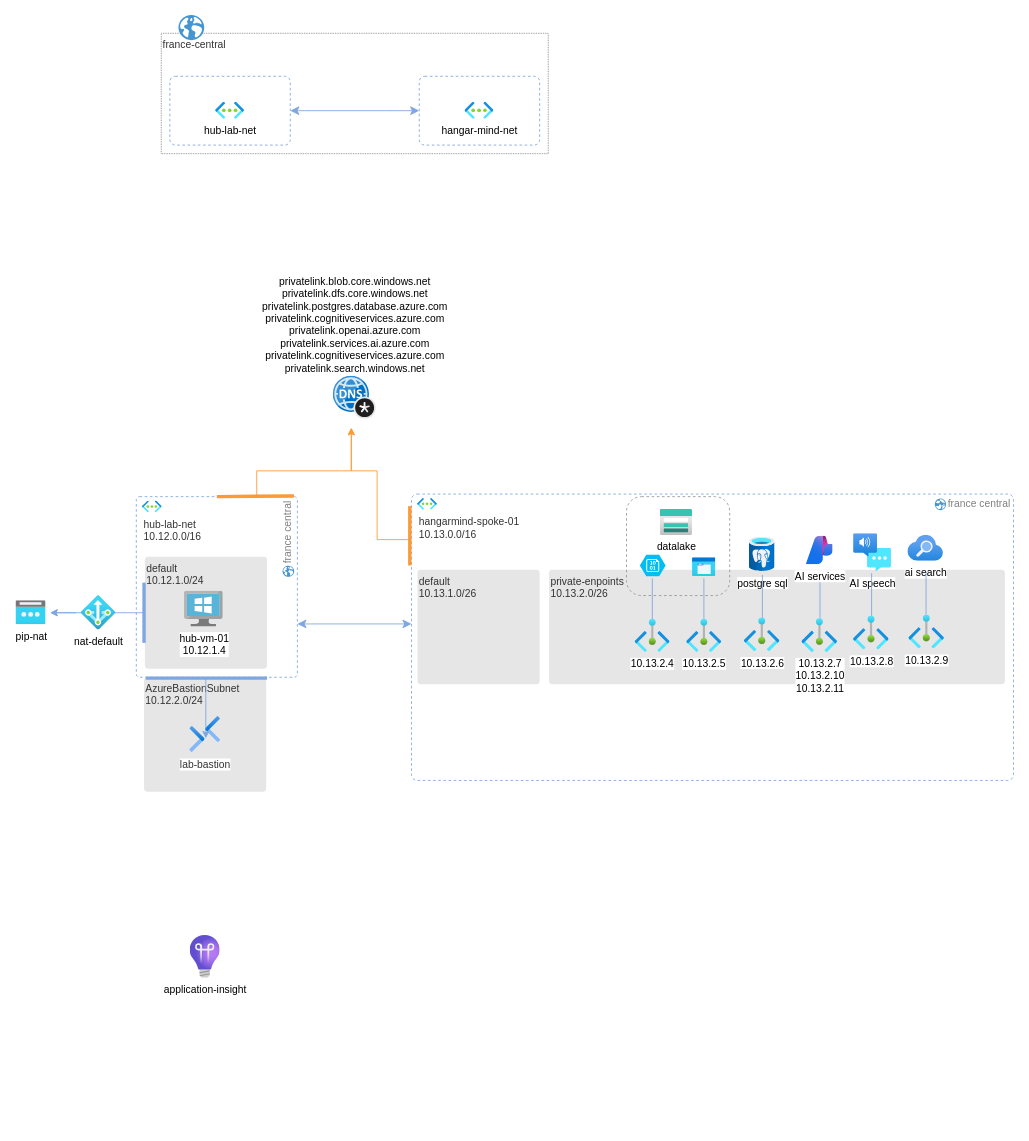
The draw.io diagram architecture.drawio in nicolgit/AMA14-assignment, before the edit. Source tidied: cells renumbered, new cells numbered last; positions are measured from the earlier drawing's top-left corner, leaving out a move shared by most shapes. Both pictures are drawn from the tidied source at 86%, with x=0, y=0 at pixel (15, 15).
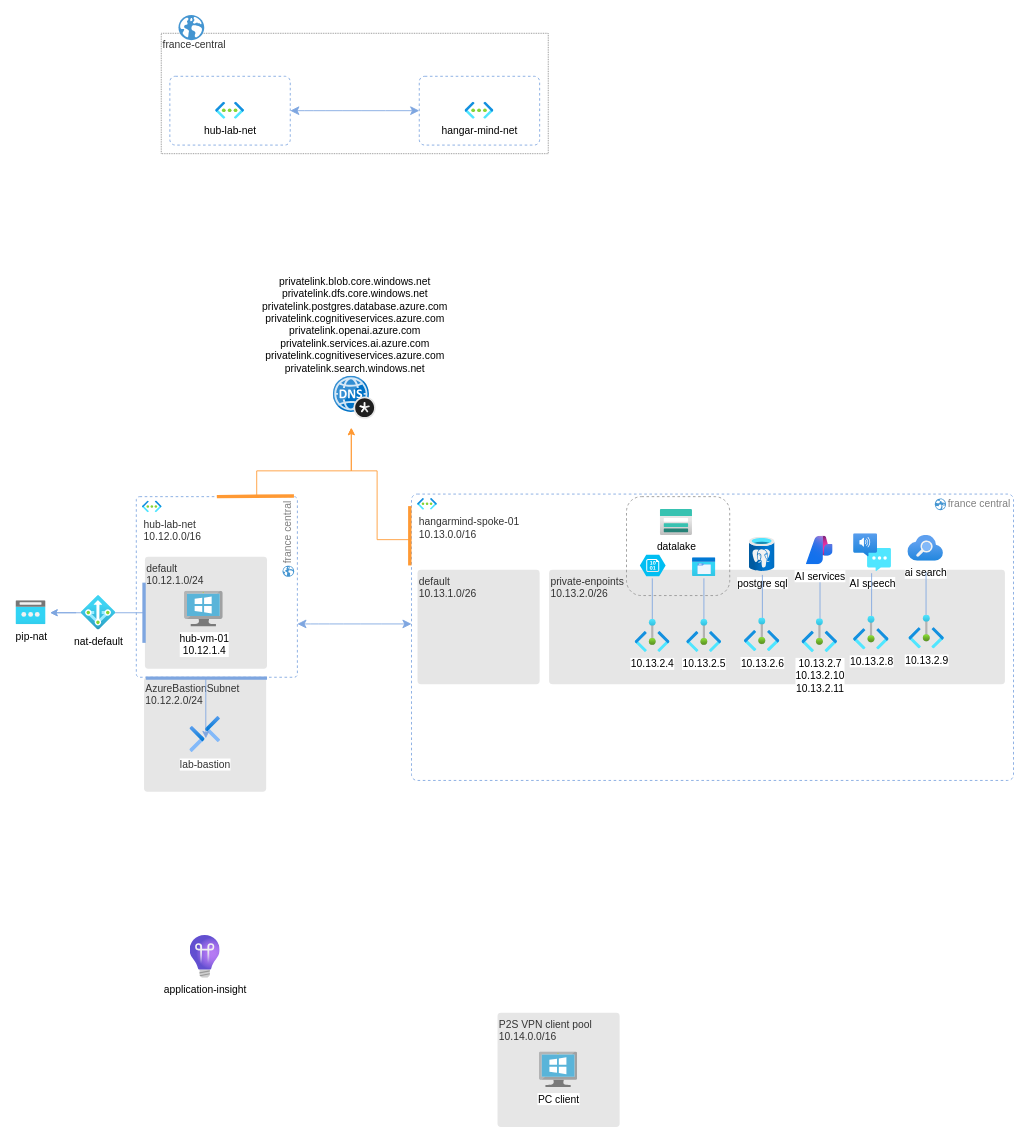
Above is the later version.

Commit message:
Checkpoint from Copilot CLI for coding agent session

The edit, as a diff of the source:
```diff
@@
+    <mxCell id="65" style="group;fontFamily=Helvetica;" parent="1" vertex="1">
+      <mxGeometry x="560" y="1160" width="142" height="133" as="geometry" />
+    </mxCell>
+    <mxCell id="66" value="P2S VPN client pool&lt;br&gt;10.14.0.0/16" style="rounded=1;whiteSpace=wrap;html=1;fontSize=12;arcSize=3;strokeColor=none;fillColor=#E6E6E6;fontColor=#333333;align=left;verticalAlign=top;fontFamily=Helvetica;" parent="65" vertex="1">
+      <mxGeometry width="142" height="133" as="geometry" />
+    </mxCell>
+    <mxCell id="67" value="PC client" style="image;sketch=0;html=1;align=center;fontSize=12;image=img/lib/mscae/VirtualMachineWindows.svg;fontFamily=Helvetica;" parent="65" vertex="1">
+      <mxGeometry x="48.5" y="45.8" width="45" height="41.4" as="geometry" />
+    </mxCell>
```
